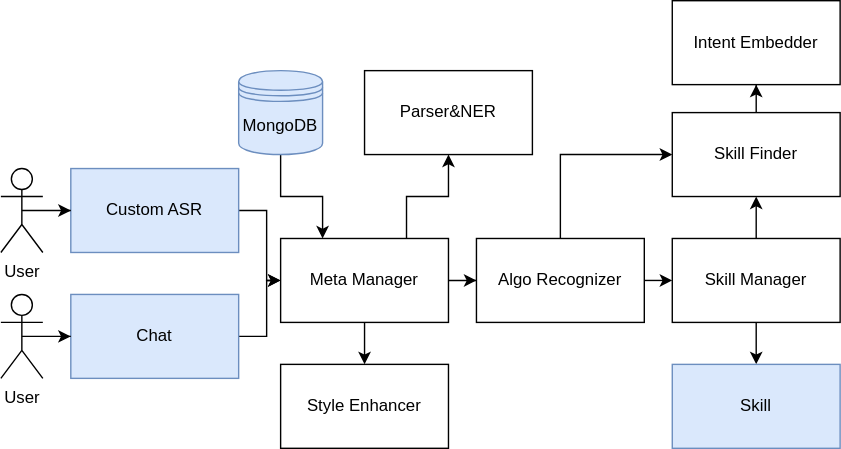
Earlier version of the draw.io export docs/_static/architecture.svg (Kadia-IVA/kadia). Source tidied: cells renumbered, new cells last; positions are measured from the earlier drawing's top-left corner, leaving out a move shared by most shapes.
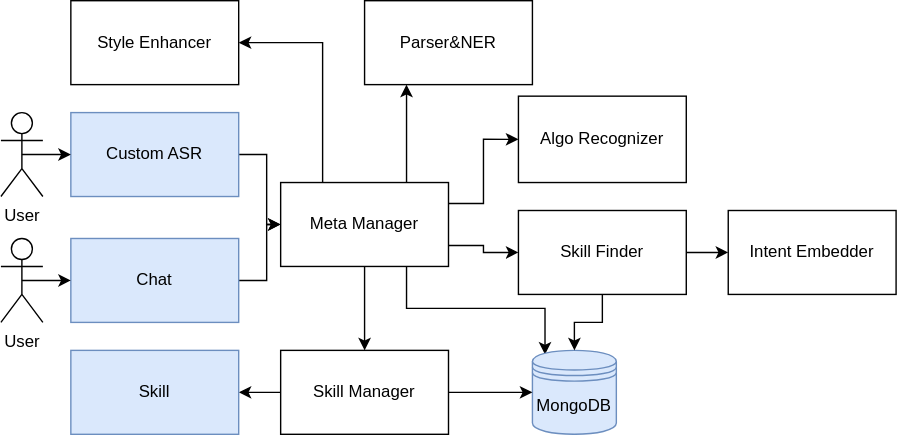
Above is the later version.

Change to the diagram source:
```diff
@@ -6,81 +6,86 @@
       <mxGeometry relative="1" as="geometry" />
     </mxCell>
     <mxCell id="3" value="Custom ASR" style="rounded=0;whiteSpace=wrap;html=1;fillColor=#dae8fc;strokeColor=#6c8ebf;" parent="1" vertex="1">
-      <mxGeometry x="50" y="120" width="120" height="60" as="geometry" />
+      <mxGeometry x="30" y="130" width="120" height="60" as="geometry" />
     </mxCell>
+    <mxCell id="6" style="edgeStyle=orthogonalEdgeStyle;rounded=0;jettySize=auto;html=1;exitX=0.75;exitY=0;exitDx=0;exitDy=0;entryX=0.25;entryY=1;entryDx=0;entryDy=0;" parent="1" edge="1" source="7" target="27">
+      <mxGeometry relative="1" as="geometry" />
+    </mxCell>
-    <mxCell id="4" style="edgeStyle=orthogonalEdgeStyle;rounded=0;jettySize=auto;html=1;exitX=1;exitY=0.5;exitDx=0;exitDy=0;" parent="1" edge="1" source="7" target="19">
+    <mxCell id="4" style="edgeStyle=orthogonalEdgeStyle;rounded=0;jettySize=auto;html=1;exitX=1;exitY=0.25;exitDx=0;exitDy=0;entryX=0;entryY=0.5;entryDx=0;entryDy=0;" parent="1" edge="1" source="7" target="19">
       <mxGeometry relative="1" as="geometry" />
     </mxCell>
+    <mxCell id="28" style="edgeStyle=orthogonalEdgeStyle;rounded=0;jettySize=auto;html=1;exitX=1;exitY=0.75;exitDx=0;exitDy=0;" parent="1" edge="1" source="7" target="21">
+      <mxGeometry relative="1" as="geometry" />
+    </mxCell>
-    <mxCell id="5" style="edgeStyle=orthogonalEdgeStyle;rounded=0;jettySize=auto;html=1;" parent="1" edge="1" source="7" target="8">
+    <mxCell id="5" style="edgeStyle=orthogonalEdgeStyle;rounded=0;jettySize=auto;html=1;exitX=0.25;exitY=0;exitDx=0;exitDy=0;entryX=1;entryY=0.5;entryDx=0;entryDy=0;" parent="1" edge="1" source="7" target="8">
       <mxGeometry relative="1" as="geometry" />
     </mxCell>
-    <mxCell id="6" style="edgeStyle=orthogonalEdgeStyle;rounded=0;jettySize=auto;html=1;exitX=0.75;exitY=0;exitDx=0;exitDy=0;entryX=0.5;entryY=1;entryDx=0;entryDy=0;" parent="1" edge="1" source="7" target="27">
-      <mxGeometry relative="1" as="geometry" />
-    </mxCell>
+    <mxCell id="29" style="edgeStyle=orthogonalEdgeStyle;rounded=0;jettySize=auto;html=1;exitX=0.75;exitY=1;exitDx=0;exitDy=0;entryX=0.15;entryY=0.05;entryDx=0;entryDy=0;entryPerimeter=0;" parent="1" edge="1" source="7" target="10">
+      <mxGeometry relative="1" as="geometry" />
+    </mxCell>
+    <mxCell id="30" style="edgeStyle=orthogonalEdgeStyle;rounded=0;jettySize=auto;html=1;exitX=0.5;exitY=1;exitDx=0;exitDy=0;" parent="1" edge="1" source="7" target="25">
+      <mxGeometry relative="1" as="geometry" />
+    </mxCell>
     <mxCell id="7" value="Meta Manager" style="rounded=0;whiteSpace=wrap;html=1;" parent="1" vertex="1">
-      <mxGeometry x="200" y="170" width="120" height="60" as="geometry" />
+      <mxGeometry x="180" y="180" width="120" height="60" as="geometry" />
     </mxCell>
     <mxCell id="8" value="Style Enhancer" style="rounded=0;whiteSpace=wrap;html=1;" parent="1" vertex="1">
-      <mxGeometry x="200" y="260" width="120" height="60" as="geometry" />
+      <mxGeometry x="30" y="50" width="120" height="60" as="geometry" />
     </mxCell>
-    <mxCell id="9" style="edgeStyle=orthogonalEdgeStyle;rounded=0;jettySize=auto;html=1;exitX=0.5;exitY=1;exitDx=0;exitDy=0;entryX=0.25;entryY=0;entryDx=0;entryDy=0;" parent="1" edge="1" source="10" target="7">
-      <mxGeometry relative="1" as="geometry" />
-    </mxCell>
     <mxCell id="10" value="MongoDB" style="shape=datastore;whiteSpace=wrap;html=1;fillColor=#dae8fc;strokeColor=#6c8ebf;" parent="1" vertex="1">
-      <mxGeometry x="170" y="50" width="60" height="60" as="geometry" />
+      <mxGeometry x="360" y="300" width="60" height="60" as="geometry" />
     </mxCell>
     <mxCell id="11" style="edgeStyle=orthogonalEdgeStyle;rounded=0;jettySize=auto;html=1;exitX=1;exitY=0.5;exitDx=0;exitDy=0;entryX=0;entryY=0.5;entryDx=0;entryDy=0;" parent="1" edge="1" source="12" target="7">
       <mxGeometry relative="1" as="geometry" />
     </mxCell>
     <mxCell id="12" value="Chat" style="rounded=0;whiteSpace=wrap;html=1;fillColor=#dae8fc;strokeColor=#6c8ebf;" parent="1" vertex="1">
-      <mxGeometry x="50" y="210" width="120" height="60" as="geometry" />
+      <mxGeometry x="30" y="220" width="120" height="60" as="geometry" />
     </mxCell>
-    <mxCell id="13" style="edgeStyle=orthogonalEdgeStyle;rounded=0;jettySize=auto;html=1;exitX=0.5;exitY=0.5;exitDx=0;exitDy=0;exitPerimeter=0;" parent="1" edge="1" source="14" target="3">
-      <mxGeometry relative="1" as="geometry" />
-    </mxCell>
-    <mxCell id="14" value="User" style="shape=umlActor;verticalLabelPosition=bottom;labelBackgroundColor=#ffffff;verticalAlign=top;html=1;outlineConnect=0;" parent="1" vertex="1">
-      <mxGeometry y="120" width="30" height="60" as="geometry" />
-    </mxCell>
-    <mxCell id="15" style="edgeStyle=orthogonalEdgeStyle;rounded=0;jettySize=auto;html=1;exitX=0.5;exitY=0.5;exitDx=0;exitDy=0;exitPerimeter=0;" parent="1" edge="1" source="16" target="12">
-      <mxGeometry relative="1" as="geometry" />
-    </mxCell>
-    <mxCell id="16" value="User" style="shape=umlActor;verticalLabelPosition=bottom;labelBackgroundColor=#ffffff;verticalAlign=top;html=1;outlineConnect=0;" parent="1" vertex="1">
-      <mxGeometry y="210" width="30" height="60" as="geometry" />
-    </mxCell>
-    <mxCell id="17" style="edgeStyle=orthogonalEdgeStyle;rounded=0;jettySize=auto;html=1;exitX=0.5;exitY=0;exitDx=0;exitDy=0;entryX=0;entryY=0.5;entryDx=0;entryDy=0;" parent="1" edge="1" source="19" target="21">
-      <mxGeometry relative="1" as="geometry" />
-    </mxCell>
-    <mxCell id="18" style="edgeStyle=orthogonalEdgeStyle;rounded=0;jettySize=auto;html=1;exitX=1;exitY=0.5;exitDx=0;exitDy=0;entryX=0;entryY=0.5;entryDx=0;entryDy=0;" parent="1" edge="1" source="19" target="25">
-      <mxGeometry relative="1" as="geometry" />
-    </mxCell>
+    <mxCell id="31" style="edgeStyle=orthogonalEdgeStyle;rounded=0;jettySize=auto;html=1;exitX=0.5;exitY=0.5;exitDx=0;exitDy=0;exitPerimeter=0;" parent="1" edge="1" target="3">
+      <mxGeometry relative="1" as="geometry">
+        <mxPoint x="-5" y="160" as="sourcePoint" />
+      </mxGeometry>
+    </mxCell>
+    <mxCell id="32" value="User" style="shape=umlActor;verticalLabelPosition=bottom;labelBackgroundColor=#ffffff;verticalAlign=top;html=1;" parent="1" vertex="1">
+      <mxGeometry x="-20" y="130" width="30" height="60" as="geometry" />
+    </mxCell>
+    <mxCell id="33" style="edgeStyle=orthogonalEdgeStyle;rounded=0;jettySize=auto;html=1;exitX=0.5;exitY=0.5;exitDx=0;exitDy=0;exitPerimeter=0;" parent="1" edge="1" target="12">
+      <mxGeometry relative="1" as="geometry">
+        <mxPoint x="-5" y="250" as="sourcePoint" />
+      </mxGeometry>
+    </mxCell>
+    <mxCell id="34" value="User" style="shape=umlActor;verticalLabelPosition=bottom;labelBackgroundColor=#ffffff;verticalAlign=top;html=1;" parent="1" vertex="1">
+      <mxGeometry x="-20" y="220" width="30" height="60" as="geometry" />
+    </mxCell>
     <mxCell id="19" value="Algo Recognizer" style="rounded=0;whiteSpace=wrap;html=1;" parent="1" vertex="1">
-      <mxGeometry x="340" y="170" width="120" height="60" as="geometry" />
+      <mxGeometry x="350" y="118.2" width="120" height="61.8" as="geometry" />
     </mxCell>
-    <mxCell id="20" style="edgeStyle=orthogonalEdgeStyle;rounded=0;jettySize=auto;html=1;" parent="1" edge="1" source="21" target="22">
+    <mxCell id="20" style="edgeStyle=orthogonalEdgeStyle;rounded=0;jettySize=auto;html=1;exitX=1;exitY=0.5;exitDx=0;exitDy=0;entryX=0;entryY=0.5;entryDx=0;entryDy=0;" parent="1" edge="1" source="21" target="22">
       <mxGeometry relative="1" as="geometry" />
     </mxCell>
+    <mxCell id="35" style="edgeStyle=orthogonalEdgeStyle;rounded=0;jettySize=auto;html=1;exitX=0.5;exitY=1;exitDx=0;exitDy=0;" parent="1" edge="1" source="21" target="10">
+      <mxGeometry relative="1" as="geometry" />
+    </mxCell>
     <mxCell id="21" value="Skill Finder" style="rounded=0;whiteSpace=wrap;html=1;" parent="1" vertex="1">
-      <mxGeometry x="480" y="80" width="120" height="60" as="geometry" />
+      <mxGeometry x="350" y="200" width="120" height="60" as="geometry" />
     </mxCell>
     <mxCell id="22" value="Intent Embedder" style="rounded=0;whiteSpace=wrap;html=1;" parent="1" vertex="1">
-      <mxGeometry x="480" width="120" height="60" as="geometry" />
+      <mxGeometry x="500" y="200" width="120" height="60" as="geometry" />
     </mxCell>
-    <mxCell id="23" style="edgeStyle=orthogonalEdgeStyle;rounded=0;jettySize=auto;html=1;exitX=0.5;exitY=0;exitDx=0;exitDy=0;entryX=0.5;entryY=1;entryDx=0;entryDy=0;" parent="1" edge="1" source="25" target="21">
-      <mxGeometry relative="1" as="geometry" />
-    </mxCell>
-    <mxCell id="24" style="edgeStyle=orthogonalEdgeStyle;rounded=0;jettySize=auto;html=1;" parent="1" edge="1" source="25">
-      <mxGeometry relative="1" as="geometry">
-        <mxPoint x="540" y="260" as="targetPoint" />
-      </mxGeometry>
-    </mxCell>
+    <mxCell id="36" style="edgeStyle=orthogonalEdgeStyle;rounded=0;jettySize=auto;html=1;exitX=1;exitY=0.5;exitDx=0;exitDy=0;entryX=0;entryY=0.5;entryDx=0;entryDy=0;" parent="1" edge="1" source="25" target="10">
+      <mxGeometry relative="1" as="geometry" />
+    </mxCell>
+    <mxCell id="37" style="edgeStyle=orthogonalEdgeStyle;rounded=0;jettySize=auto;html=1;exitX=0;exitY=0.5;exitDx=0;exitDy=0;entryX=1;entryY=0.5;entryDx=0;entryDy=0;" parent="1" edge="1" source="25" target="26">
+      <mxGeometry relative="1" as="geometry" />
+    </mxCell>
     <mxCell id="25" value="Skill Manager" style="rounded=0;whiteSpace=wrap;html=1;" parent="1" vertex="1">
-      <mxGeometry x="480" y="170" width="120" height="60" as="geometry" />
+      <mxGeometry x="180" y="300" width="120" height="60" as="geometry" />
     </mxCell>
     <mxCell id="26" value="Skill" style="rounded=0;whiteSpace=wrap;html=1;fillColor=#dae8fc;strokeColor=#6c8ebf;" parent="1" vertex="1">
-      <mxGeometry x="480" y="260" width="120" height="60" as="geometry" />
+      <mxGeometry x="30" y="300" width="120" height="60" as="geometry" />
     </mxCell>
     <mxCell id="27" value="Parser&amp;amp;NER" style="rounded=0;whiteSpace=wrap;html=1;" parent="1" vertex="1">
-      <mxGeometry x="260" y="50" width="120" height="60" as="geometry" />
+      <mxGeometry x="240" y="50" width="120" height="60" as="geometry" />
     </mxCell>
   </root>
 </mxGraphModel>
```
